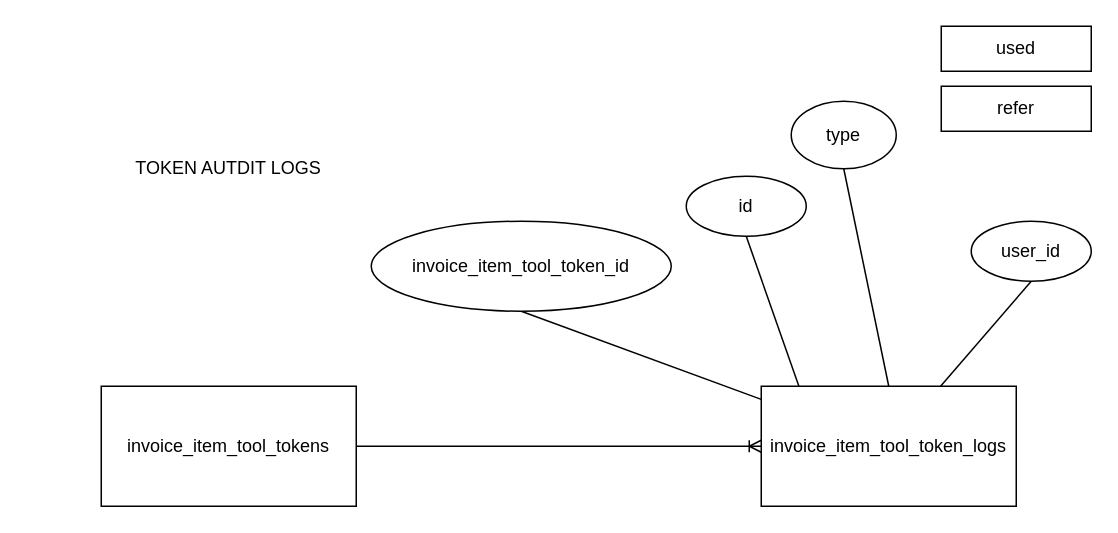
Above: token audit logs.drawio in janpaulalmanoche/zz (draw.io), before the change. Source tidied: cells renumbered, new cells numbered last; positions are measured from the earlier drawing's top-left corner, leaving out a move shared by most shapes. Both pictures are drawn from the tidied source at 150%, with x=0, y=0 at pixel (40, 26).
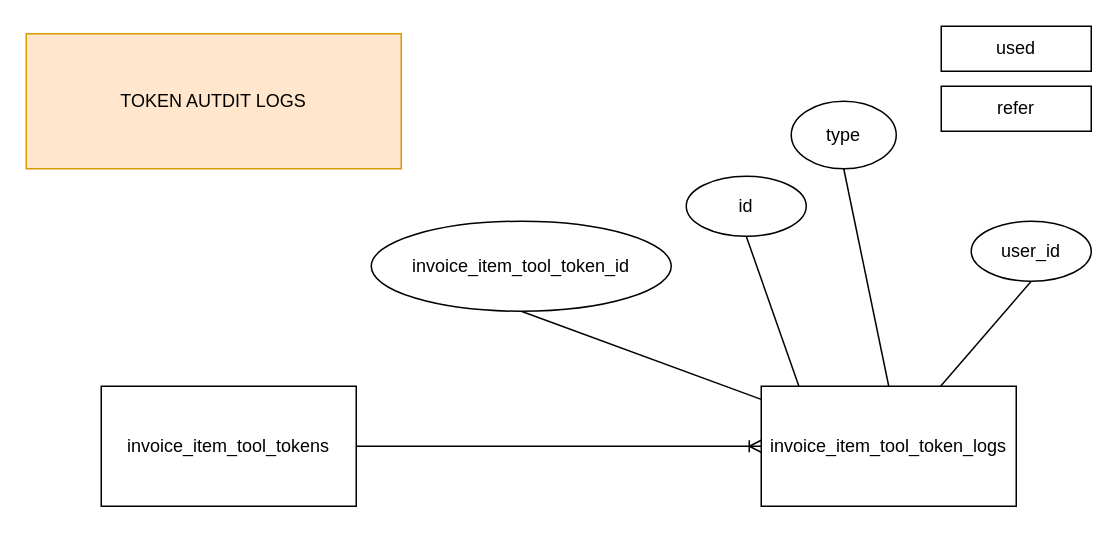
The same page after the edit.

Change to the diagram source:
```diff
@@
 <mxGraphModel>
   <root>
     <mxCell id="0" />
     <mxCell id="1" parent="0" />
     <mxCell id="2" style="edgeStyle=orthogonalEdgeStyle;rounded=0;jettySize=auto;html=1;exitX=1;exitY=0.5;exitDx=0;exitDy=0;entryX=0;entryY=0.5;entryDx=0;entryDy=0;endArrow=ERoneToMany;endFill=0;" parent="1" edge="1" source="3" target="5">
       <mxGeometry relative="1" as="geometry" />
     </mxCell>
     <mxCell id="3" value="invoice_item_tool_tokens" style="rounded=0;whiteSpace=wrap;html=1;" parent="1" vertex="1">
       <mxGeometry x="40" y="240" width="170" height="80" as="geometry" />
     </mxCell>
-    <mxCell id="4" value="TOKEN AUTDIT LOGS" style="text;html=1;strokeColor=none;fillColor=none;align=center;verticalAlign=middle;whiteSpace=wrap;rounded=0;" parent="1" vertex="1">
-      <mxGeometry y="50" width="250" height="90" as="geometry" />
+    <mxCell id="4" value="TOKEN AUTDIT LOGS" style="text;html=1;strokeColor=#d79b00;fillColor=#ffe6cc;align=center;verticalAlign=middle;whiteSpace=wrap;rounded=0;" parent="1" vertex="1">
+      <mxGeometry x="-10" y="5" width="250" height="90" as="geometry" />
     </mxCell>
     <mxCell id="5" value="invoice_item_tool_token_logs" style="rounded=0;whiteSpace=wrap;html=1;" parent="1" vertex="1">
       <mxGeometry x="480" y="240" width="170" height="80" as="geometry" />
     </mxCell>
     <mxCell id="6" style="rounded=0;jettySize=auto;html=1;exitX=0.5;exitY=1;exitDx=0;exitDy=0;endArrow=none;endFill=0;" parent="1" edge="1" source="7" target="5">
       <mxGeometry relative="1" as="geometry" />
     </mxCell>
     <mxCell id="7" value="&lt;span&gt;invoice_item_tool_token_id&lt;/span&gt;" style="ellipse;whiteSpace=wrap;html=1;" parent="1" vertex="1">
       <mxGeometry x="220" y="130" width="200" height="60" as="geometry" />
     </mxCell>
     <mxCell id="8" style="edgeStyle=none;rounded=0;jettySize=auto;html=1;exitX=0.5;exitY=1;exitDx=0;exitDy=0;entryX=0.148;entryY=0.003;entryDx=0;entryDy=0;entryPerimeter=0;endArrow=none;endFill=0;" parent="1" edge="1" source="9" target="5">
       <mxGeometry relative="1" as="geometry" />
     </mxCell>
     <mxCell id="9" value="&lt;span&gt;id&lt;/span&gt;" style="ellipse;whiteSpace=wrap;html=1;" parent="1" vertex="1">
       <mxGeometry x="430" y="100" width="80" height="40" as="geometry" />
     </mxCell>
     <mxCell id="10" style="edgeStyle=none;rounded=0;jettySize=auto;html=1;exitX=0.5;exitY=1;exitDx=0;exitDy=0;entryX=0.5;entryY=0;entryDx=0;entryDy=0;endArrow=none;endFill=0;" parent="1" edge="1" source="11" target="5">
       <mxGeometry relative="1" as="geometry" />
     </mxCell>
     <mxCell id="11" value="&lt;span&gt;type&lt;/span&gt;" style="ellipse;whiteSpace=wrap;html=1;" parent="1" vertex="1">
       <mxGeometry x="500" y="50" width="70" height="45" as="geometry" />
     </mxCell>
     <mxCell id="12" value="used" style="rounded=0;whiteSpace=wrap;html=1;" parent="1" vertex="1">
       <mxGeometry x="600" width="100" height="30" as="geometry" />
     </mxCell>
     <mxCell id="13" value="refer" style="rounded=0;whiteSpace=wrap;html=1;" parent="1" vertex="1">
       <mxGeometry x="600" y="40" width="100" height="30" as="geometry" />
     </mxCell>
     <mxCell id="14" style="edgeStyle=none;rounded=0;jettySize=auto;html=1;exitX=0.5;exitY=1;exitDx=0;exitDy=0;endArrow=none;endFill=0;" parent="1" edge="1" source="15" target="5">
       <mxGeometry relative="1" as="geometry" />
     </mxCell>
     <mxCell id="15" value="&lt;span&gt;user_id&lt;/span&gt;" style="ellipse;whiteSpace=wrap;html=1;" parent="1" vertex="1">
       <mxGeometry x="620" y="130" width="80" height="40" as="geometry" />
     </mxCell>
   </root>
 </mxGraphModel>
```
